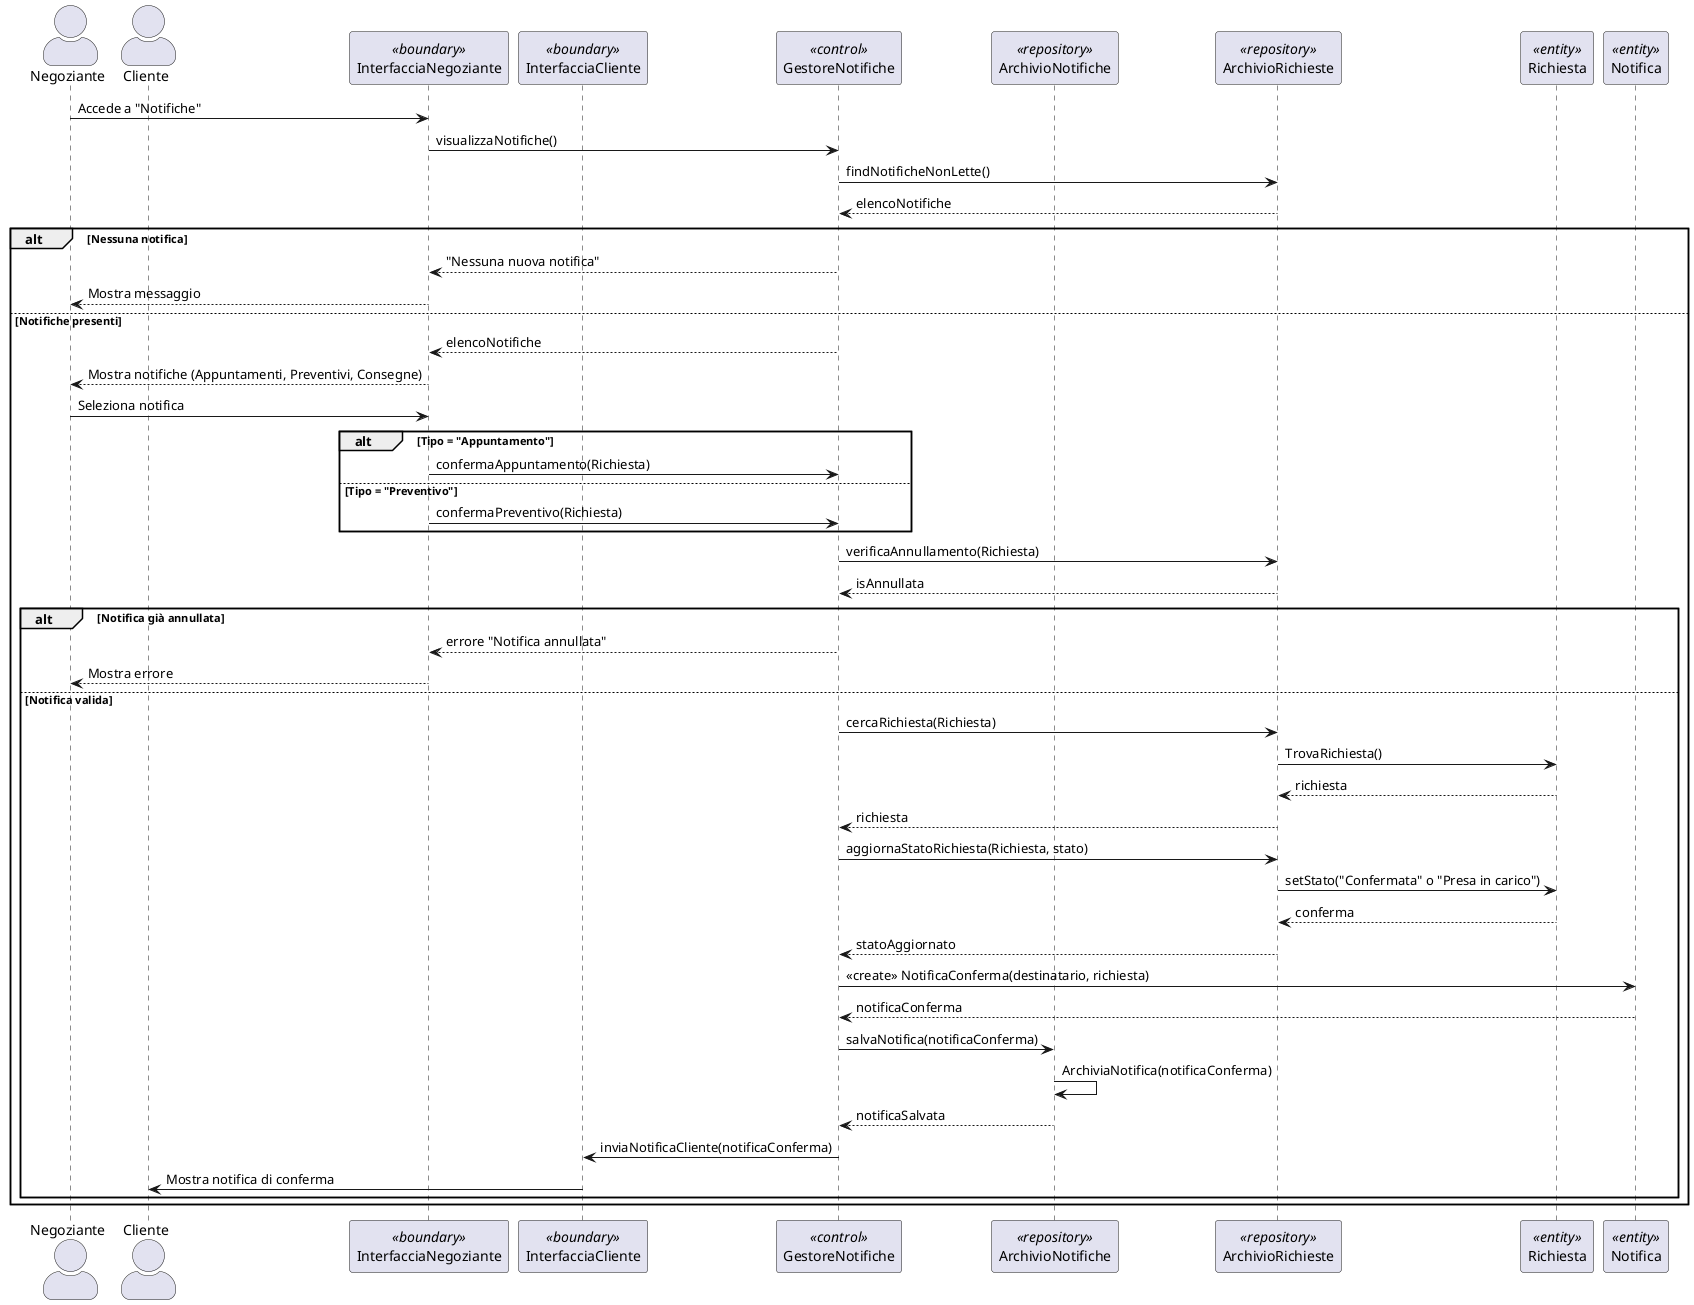
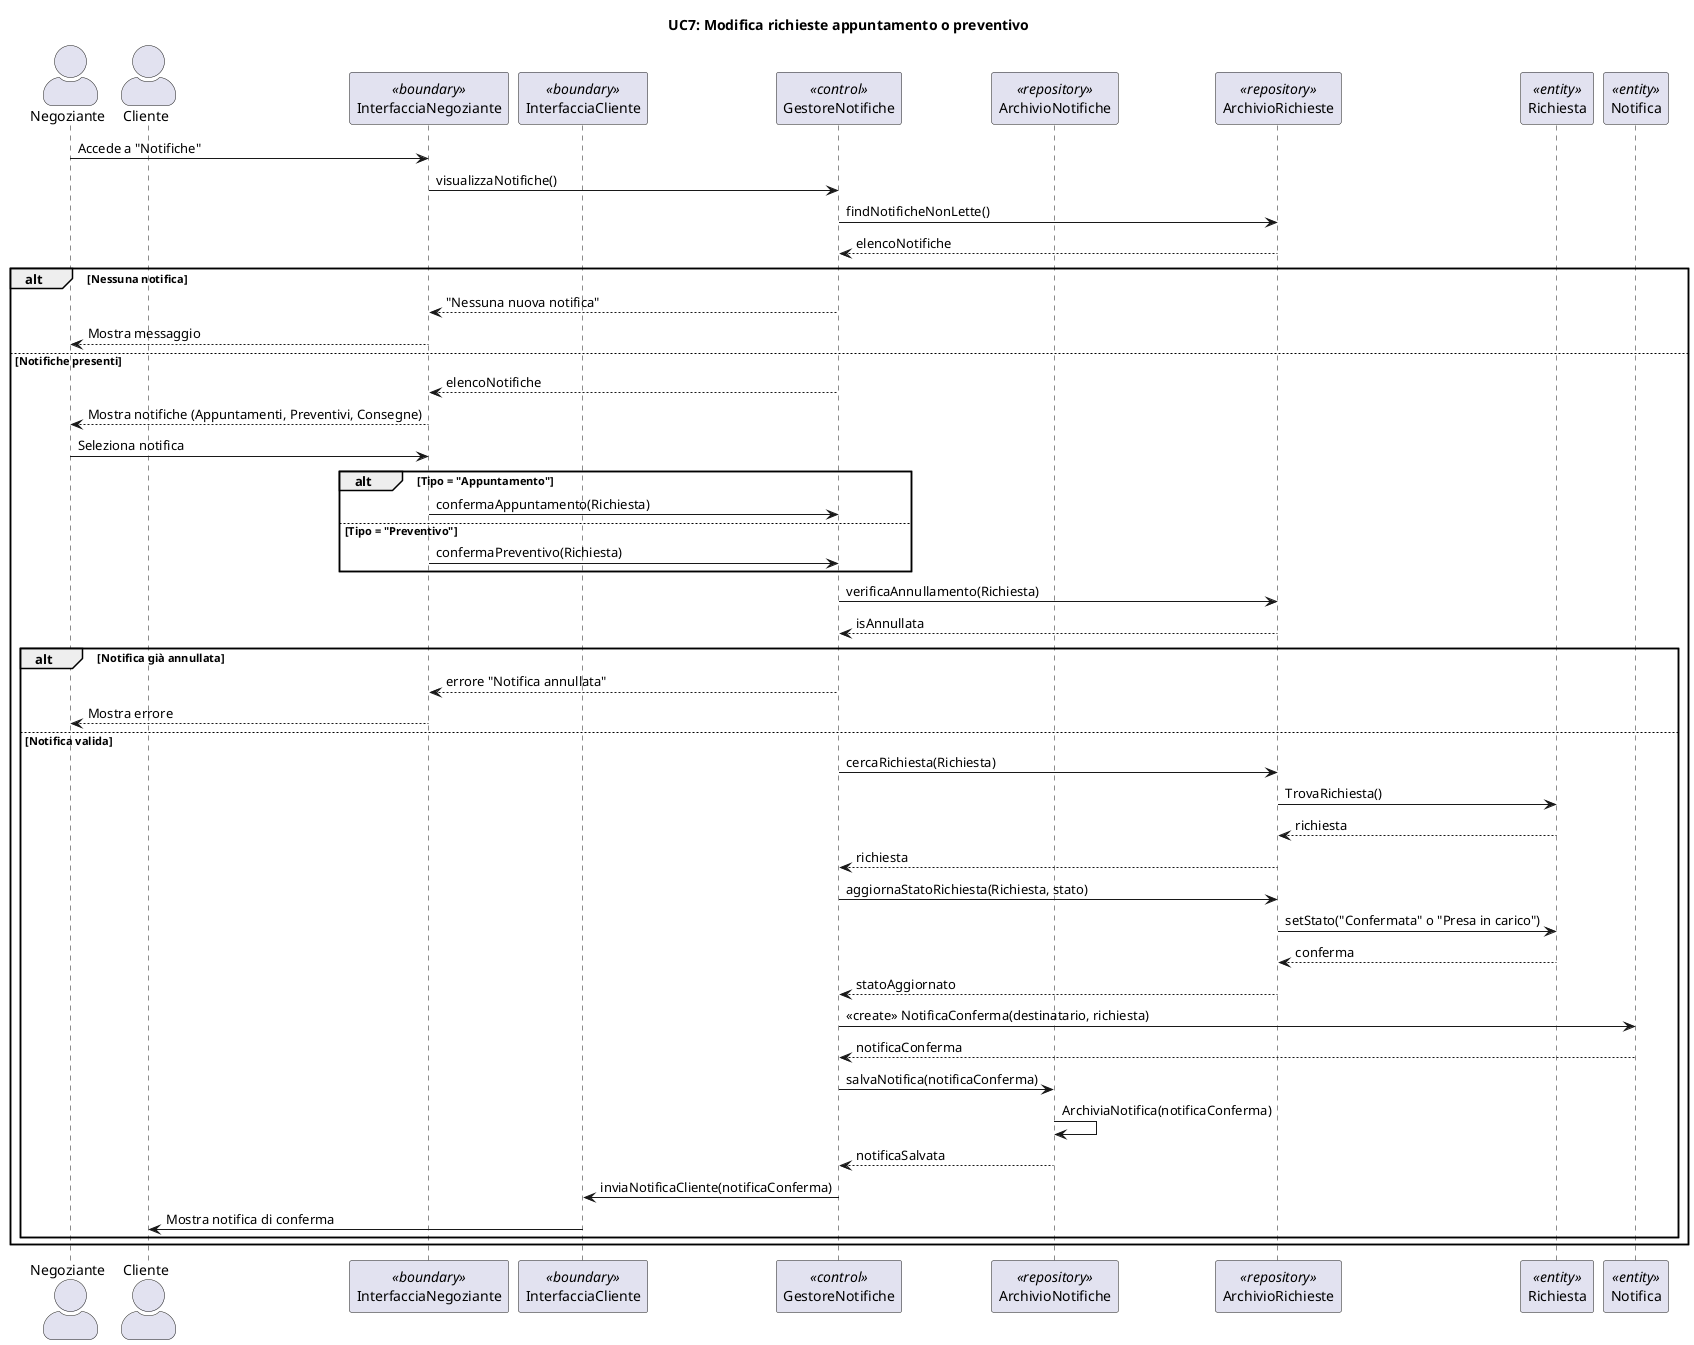
@startuml
+ title UC7: Modifica richieste appuntamento o preventivo
skinparam actorStyle awesome

actor "Negoziante" as N
actor "Cliente" as C
participant "InterfacciaNegoziante" as IN <<boundary>>
participant "InterfacciaCliente" as IC <<boundary>>
participant "GestoreNotifiche" as G <<control>>
participant "ArchivioNotifiche" as AN <<repository>>
participant "ArchivioRichieste" as AR <<repository>>
participant "Richiesta" as R <<entity>>
participant "Notifica" as Notif <<entity>>

N -> IN: Accede a "Notifiche"
IN -> G: visualizzaNotifiche()
G -> AR: findNotificheNonLette()
AR --> G: elencoNotifiche

alt Nessuna notifica
    G --> IN: "Nessuna nuova notifica"
    IN --> N: Mostra messaggio

else Notifiche presenti
    G --> IN: elencoNotifiche
    IN --> N: Mostra notifiche (Appuntamenti, Preventivi, Consegne)
    N -> IN: Seleziona notifica

    alt Tipo = "Appuntamento"
        IN -> G: confermaAppuntamento(Richiesta)

    else Tipo = "Preventivo"
        IN -> G: confermaPreventivo(Richiesta)
    end

    G -> AR: verificaAnnullamento(Richiesta)
    AR --> G: isAnnullata

    alt Notifica già annullata
        G --> IN: errore "Notifica annullata"
        IN --> N: Mostra errore

    else Notifica valida
    G -> AR: cercaRichiesta(Richiesta)
    AR -> R: TrovaRichiesta()
    R --> AR: richiesta
    AR --> G: richiesta

    G -> AR: aggiornaStatoRichiesta(Richiesta, stato)
    AR -> R: setStato("Confermata" o "Presa in carico")
    R --> AR: conferma
    AR --> G: statoAggiornato
    G -> Notif: <<create>> NotificaConferma(destinatario, richiesta)
    Notif --> G: notificaConferma

    G -> AN: salvaNotifica(notificaConferma)
    AN -> AN: ArchiviaNotifica(notificaConferma)
    AN --> G: notificaSalvata

    G -> IC: inviaNotificaCliente(notificaConferma)
    IC -> C: Mostra notifica di conferma
    end
    end
    @enduml